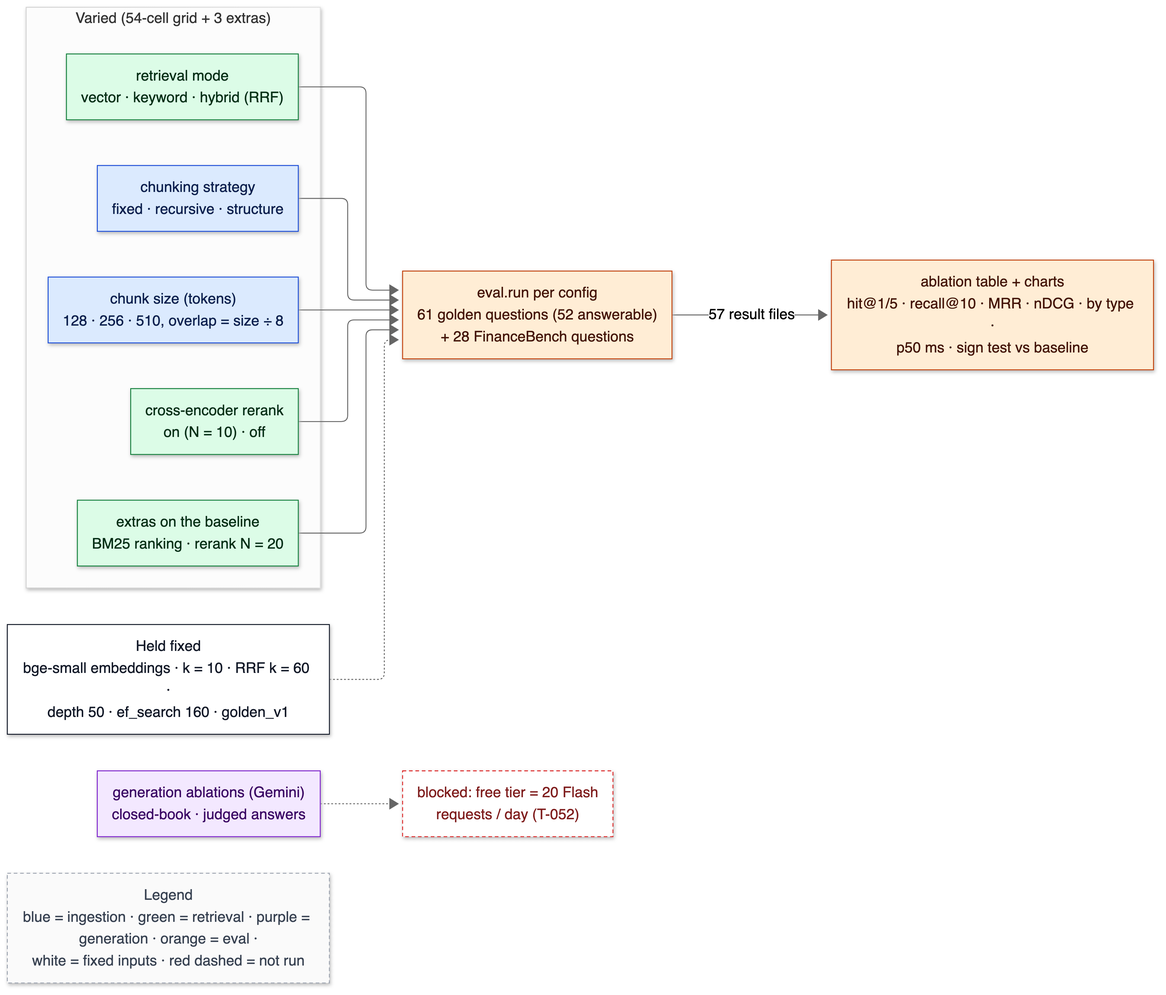
Above: docs/diagrams/out/16-ablation-matrix.png in Deoxy7/rag-assistant (Mermaid), before the change. Its source is kept beside it as docs/diagrams/src/16-ablation-matrix.mmd. The source it was exported from:
```mermaid
flowchart LR
    classDef ingest fill:#dbeafe,stroke:#1d4ed8,color:#0b1f4d
    classDef retrieve fill:#dcfce7,stroke:#15803d,color:#052e16
    classDef generate fill:#f3e8ff,stroke:#7e22ce,color:#3b0764
    classDef evalc fill:#ffedd5,stroke:#c2410c,color:#431407
    classDef io fill:#ffffff,stroke:#111827,color:#111827
    classDef bad fill:#ffffff,stroke:#dc2626,stroke-dasharray:4 3,color:#7f1d1d
    classDef legend fill:#fafafa,stroke:#9ca3af,stroke-dasharray:4 3,color:#374151

    subgraph varied["Varied (54-cell grid + 3 extras)"]
        strat["chunking strategy<br/>fixed · recursive · structure"]:::ingest
        size["chunk size (tokens)<br/>128 · 256 · 510, overlap = size ÷ 8"]:::ingest
        mode["retrieval mode<br/>vector · keyword · hybrid (RRF)"]:::retrieve
        rr["cross-encoder rerank<br/>on (N = 10) · off"]:::retrieve
        extra["extras on the baseline<br/>BM25 ranking · rerank N = 20"]:::retrieve
    end
    fixed["Held fixed<br/>bge-small embeddings · k = 10 · RRF k = 60 ·<br/>depth 50 · ef_search 160 · golden_v1"]:::io
    eval["eval.run per config<br/>61 golden questions (52 answerable)<br/>+ 28 FinanceBench questions"]:::evalc
    out["ablation table + charts<br/>hit@1/5 · recall@10 · MRR · nDCG · by type ·<br/>p50 ms · sign test vs baseline"]:::evalc
    gen["generation ablations (Gemini)<br/>closed-book · judged answers"]:::generate
    block["blocked: free tier = 20 Flash<br/>requests / day (T-052)"]:::bad
    legend["Legend<br/>blue = ingestion · green = retrieval · purple = generation · orange = eval ·<br/>white = fixed inputs · red dashed = not run"]:::legend

    strat --> eval
    size --> eval
    mode --> eval
    rr --> eval
    extra --> eval
    fixed -.-> eval
    eval -->|57 result files| out
    gen -.-> block
```
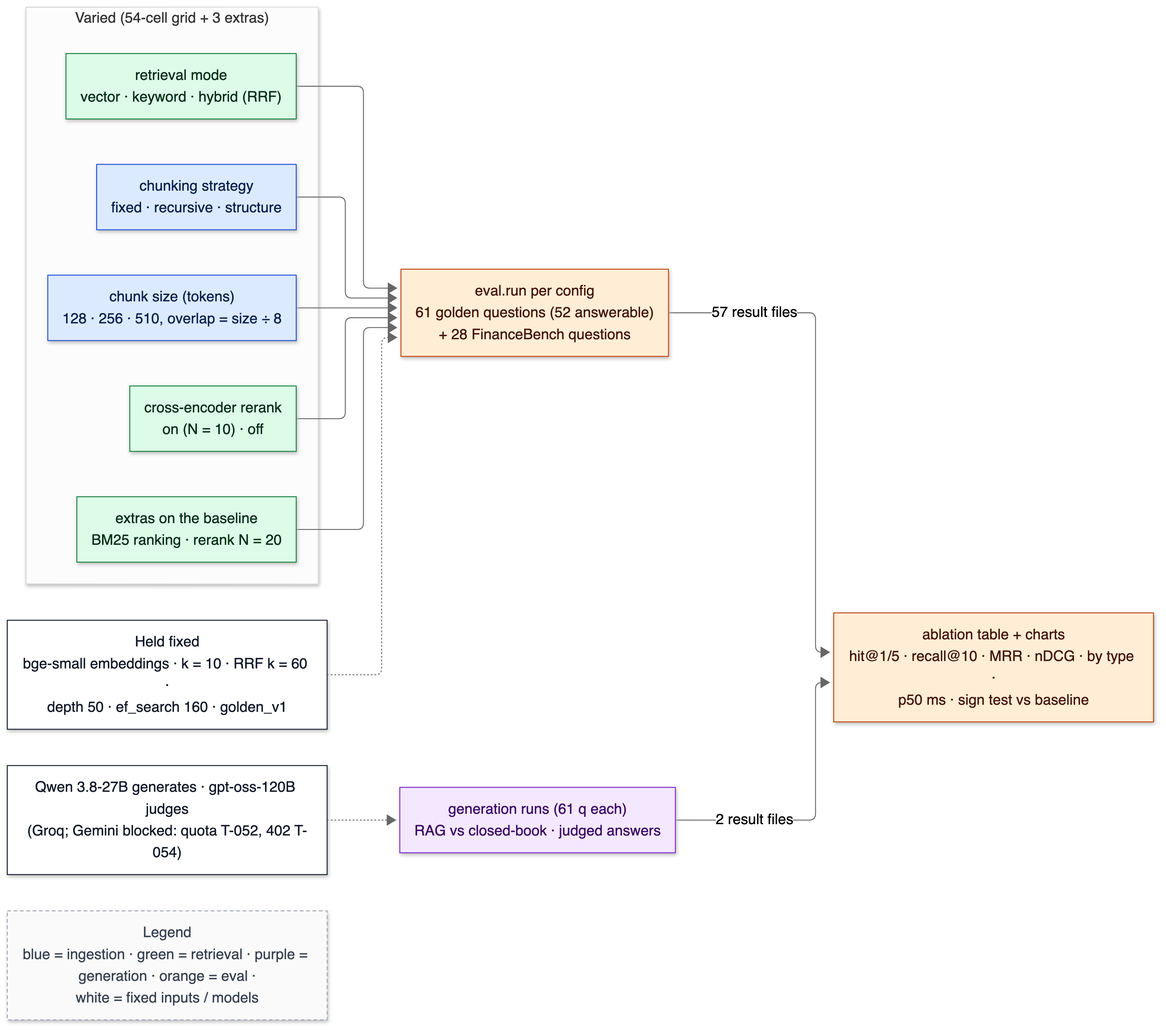
Above is the later version.

Change to the diagram source:
```diff
@@ -17,9 +17,9 @@
     fixed["Held fixed<br/>bge-small embeddings · k = 10 · RRF k = 60 ·<br/>depth 50 · ef_search 160 · golden_v1"]:::io
     eval["eval.run per config<br/>61 golden questions (52 answerable)<br/>+ 28 FinanceBench questions"]:::evalc
     out["ablation table + charts<br/>hit@1/5 · recall@10 · MRR · nDCG · by type ·<br/>p50 ms · sign test vs baseline"]:::evalc
-    gen["generation ablations (Gemini)<br/>closed-book · judged answers"]:::generate
-    block["blocked: free tier = 20 Flash<br/>requests / day (T-052)"]:::bad
-    legend["Legend<br/>blue = ingestion · green = retrieval · purple = generation · orange = eval ·<br/>white = fixed inputs · red dashed = not run"]:::legend
+    gen["generation runs (61 q each)<br/>RAG vs closed-book · judged answers"]:::generate
+    models["Qwen 3.8-27B generates · gpt-oss-120B judges<br/>(Groq; Gemini blocked: quota T-052, 402 T-054)"]:::io
+    legend["Legend<br/>blue = ingestion · green = retrieval · purple = generation · orange = eval ·<br/>white = fixed inputs / models"]:::legend
 
     strat --> eval
     size --> eval
@@ -28,4 +28,5 @@
     extra --> eval
     fixed -.-> eval
     eval -->|57 result files| out
-    gen -.-> block
+    models -.-> gen
+    gen -->|2 result files| out
```
